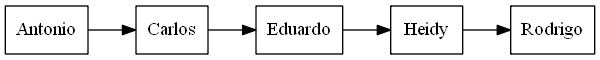
The Graphviz diagram RepInorden.png in loumisha96/EDD_1S2020_PY1_201602935, before a commit. Its source is kept beside it as RepInorden.dot. Its diagram source:
```dot
digraph G{
rankdir = LR;
node [shape= record];
Antonio->Carlos->Eduardo->Heidy->Rodrigo}
```
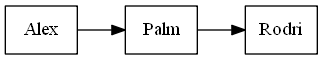
After the commit.

Diff of the diagram source:
```diff
@@ -1,4 +1,4 @@
 digraph G{
 rankdir = LR;
 node [shape= record];
-Antonio->Carlos->Eduardo->Heidy->Rodrigo}
+Alex->Palm->Rodri}
```
